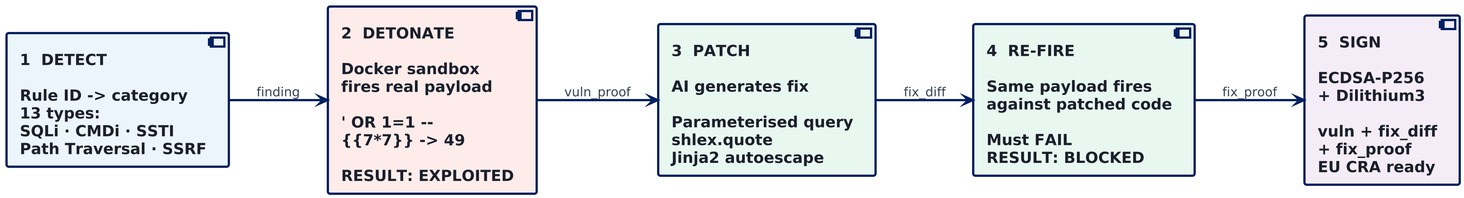
starredjaco/ACR-QA keeps this PlantUML diagram as ACR-QA-Book/figures/exploit_flow_slide.png. Above is the earlier version. Source of this version:
```plantuml
@startuml exploit_flow_slide
left to right direction
scale 2.0
skinparam backgroundColor #FFFFFF
skinparam defaultFontName Arial
skinparam defaultFontSize 18
skinparam shadowing false
skinparam ArrowColor #002060
skinparam ArrowThickness 2.5
skinparam ArrowFontSize 14
skinparam ArrowFontColor #374151

skinparam component {
  BackgroundColor #F2F4F9
  BorderColor #002060
  BorderThickness 2.5
  FontColor #1A1F2B
  FontSize 17
  FontStyle bold
}

component "1  DETECT\n \nRule ID -> category\n13 types:\nSQLi · CMDi · SSTI\nPath Traversal · SSRF" as DETECT #EBF5FB

component "2  DETONATE\n \nDocker sandbox\nfires real payload\n \n' OR 1=1 --\n{{7*7}} -> 49\n \nRESULT: EXPLOITED" as DETONATE #FDECEA

component "3  PATCH\n \nAI generates fix\n \nParameterised query\nshlex.quote\nJinja2 autoescape" as PATCH #E8F8F0

component "4  RE-FIRE\n \nSame payload fires\nagainst patched code\n \nMust FAIL\nRESULT: BLOCKED" as REFIRE #E8F8F0

component "5  SIGN\n \nECDSA-P256\n+ Dilithium3\n \nvuln + fix_diff\n+ fix_proof\nEU CRA ready" as SIGN #F4ECF7

DETECT --> DETONATE : finding
DETONATE --> PATCH : vuln_proof
PATCH --> REFIRE : fix_diff
REFIRE --> SIGN : fix_proof
@enduml
```
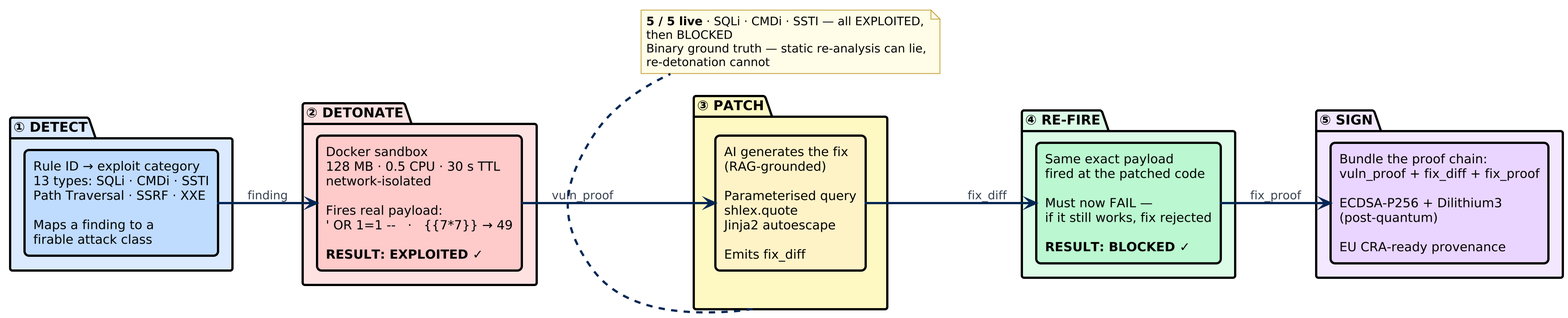
After the change.

Change to the diagram source:
```diff
@@ -1,36 +1,64 @@
 @startuml exploit_flow_slide
+scale 2.0
+!theme plain
 left to right direction
-scale 2.0
-skinparam backgroundColor #FFFFFF
-skinparam defaultFontName Arial
-skinparam defaultFontSize 18
-skinparam shadowing false
-skinparam ArrowColor #002060
-skinparam ArrowThickness 2.5
-skinparam ArrowFontSize 14
-skinparam ArrowFontColor #374151
 
-skinparam component {
-  BackgroundColor #F2F4F9
-  BorderColor #002060
-  BorderThickness 2.5
-  FontColor #1A1F2B
-  FontSize 17
-  FontStyle bold
+skinparam backgroundColor    #FFFFFF
+skinparam defaultFontName    "Arial"
+skinparam defaultFontSize    15
+skinparam shadowing          false
+skinparam wrapWidth          330
+
+skinparam rectangle {
+  BorderThickness  2.5
+  RoundCorner      10
+  FontSize         14
+}
+skinparam package {
+  BorderThickness  2.5
+  FontStyle        bold
+  FontSize         15
+}
+skinparam arrow {
+  Thickness  2.5
+  Color      #002654
+  FontColor  #374151
+  FontSize   13
+}
+skinparam note {
+  BackgroundColor #FFFDE7
+  BorderColor     #C9A84C
+  FontSize        13
 }
 
-component "1  DETECT\n \nRule ID -> category\n13 types:\nSQLi · CMDi · SSTI\nPath Traversal · SSRF" as DETECT #EBF5FB
+package "① DETECT" as P1 #DBEAFE {
+  rectangle "Rule ID → exploit category\n13 types: SQLi · CMDi · SSTI\nPath Traversal · SSRF · XXE\n \nMaps a finding to a\nfirable attack class" as DET #BFDBFE
+}
 
-component "2  DETONATE\n \nDocker sandbox\nfires real payload\n \n' OR 1=1 --\n{{7*7}} -> 49\n \nRESULT: EXPLOITED" as DETONATE #FDECEA
+package "② DETONATE" as P2 #FEE2E2 {
+  rectangle "Docker sandbox\n128 MB · 0.5 CPU · 30 s TTL\nnetwork-isolated\n \nFires real payload:\n' OR 1=1 --   ·   {{7*7}} → 49\n \n<b>RESULT: EXPLOITED ✓</b>" as DET2 #FECACA
+}
 
-component "3  PATCH\n \nAI generates fix\n \nParameterised query\nshlex.quote\nJinja2 autoescape" as PATCH #E8F8F0
+package "③ PATCH" as P3 #FEF9C3 {
+  rectangle "AI generates the fix\n(RAG-grounded)\n \nParameterised query\nshlex.quote\nJinja2 autoescape\n \nEmits fix_diff" as PAT #FEF3C7
+}
 
-component "4  RE-FIRE\n \nSame payload fires\nagainst patched code\n \nMust FAIL\nRESULT: BLOCKED" as REFIRE #E8F8F0
+package "④ RE-FIRE" as P4 #DCFCE7 {
+  rectangle "Same exact payload\nfired at the patched code\n \nMust now FAIL —\nif it still works, fix rejected\n \n<b>RESULT: BLOCKED ✓</b>" as REF #BBF7D0
+}
 
-component "5  SIGN\n \nECDSA-P256\n+ Dilithium3\n \nvuln + fix_diff\n+ fix_proof\nEU CRA ready" as SIGN #F4ECF7
+package "⑤ SIGN" as P5 #F3E8FF {
+  rectangle "Bundle the proof chain:\nvuln_proof + fix_diff + fix_proof\n \nECDSA-P256 + Dilithium3\n(post-quantum)\n \nEU CRA-ready provenance" as SGN #E9D5FF
+}
 
-DETECT --> DETONATE : finding
-DETONATE --> PATCH : vuln_proof
-PATCH --> REFIRE : fix_diff
-REFIRE --> SIGN : fix_proof
+DET  --> DET2 : finding
+DET2 --> PAT  : vuln_proof
+PAT  --> REF  : fix_diff
+REF  --> SGN  : fix_proof
+
+note bottom of P3
+  <b>5 / 5 live</b> · SQLi · CMDi · SSTI — all EXPLOITED, then BLOCKED
+  Binary ground truth — static re-analysis can lie, re-detonation cannot
+end note
+
 @enduml
```
